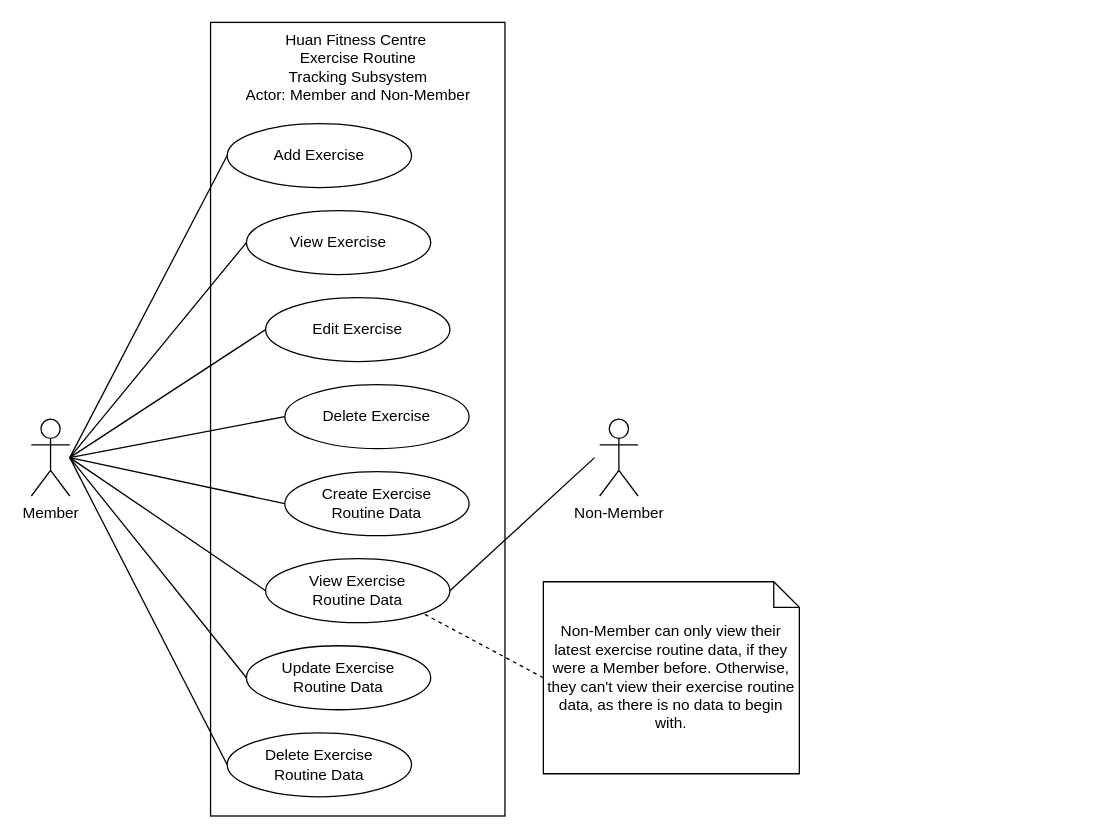
The draw.io diagram page "Exercise Routine Tracking" (6 of 8) of diagrams/Use Case Diagram.drawio in iZ86/DIT2153WD, before the edit. Source tidied: cells renumbered, new cells numbered last; positions are measured from the earlier drawing's top-left corner, leaving out a move shared by most shapes. Both pictures are drawn from the tidied source at 128%, with x=0, y=0 at pixel (31, 22).
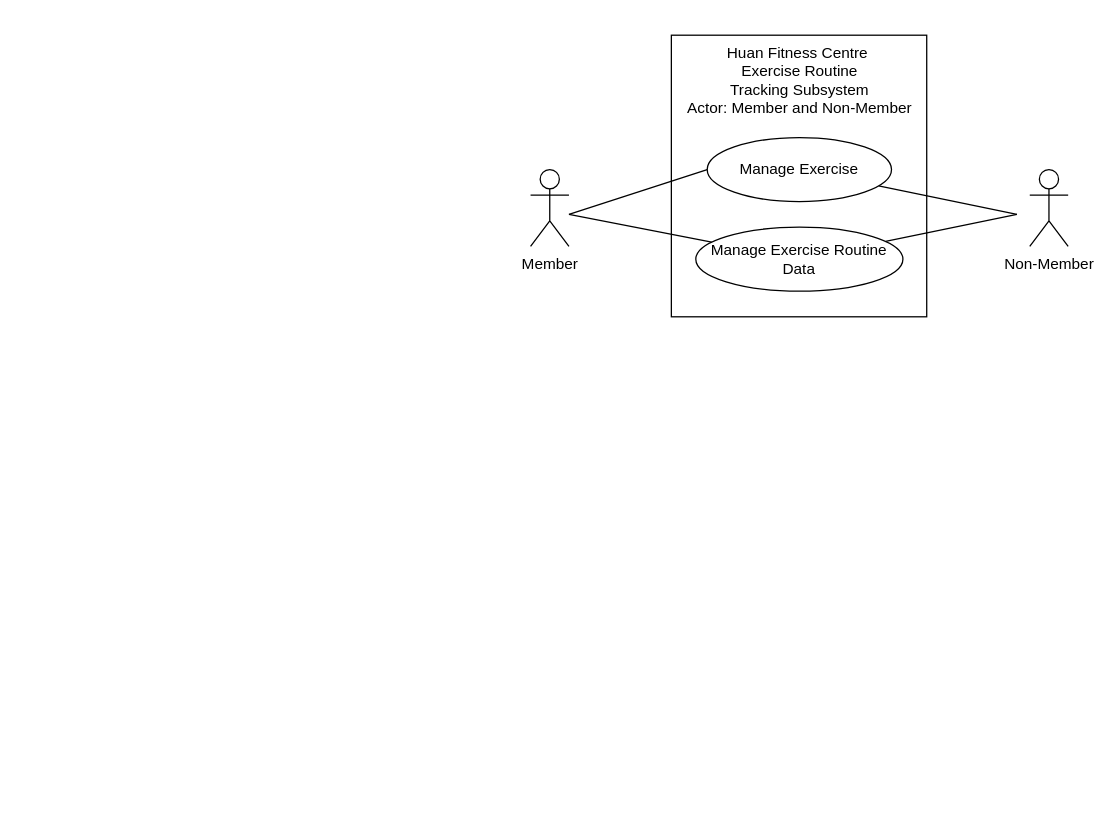
The same page after the edit.

Diff of the diagram source:
```diff
@@
-    <mxCell id="2" style="rounded=0;whiteSpace=wrap;html=1;" parent="1" vertex="1">
-      <mxGeometry x="140" width="230" height="620" as="geometry" />
-    </mxCell>
-    <mxCell id="3" value="View Exercise" style="ellipse;whiteSpace=wrap;html=1;" parent="1" vertex="1">
-      <mxGeometry x="168" y="147" width="144" height="50" as="geometry" />
-    </mxCell>
-    <mxCell id="4" value="&lt;div&gt;Create Exercise&lt;/div&gt;&lt;div&gt;Routine Data&lt;/div&gt;" style="ellipse;whiteSpace=wrap;html=1;" parent="1" vertex="1">
-      <mxGeometry x="198" y="351" width="144" height="50" as="geometry" />
-    </mxCell>
-    <mxCell id="5" value="&lt;div&gt;View Exercise&lt;br&gt;&lt;/div&gt;&lt;div&gt;Routine Data&lt;/div&gt;" style="ellipse;whiteSpace=wrap;html=1;" parent="1" vertex="1">
-      <mxGeometry x="183" y="419" width="144" height="50" as="geometry" />
-    </mxCell>
+    <mxCell id="25" style="rounded=0;whiteSpace=wrap;html=1;" parent="1" vertex="1">
+      <mxGeometry x="500" y="10" width="199.5" height="220" as="geometry" />
+    </mxCell>
-    <mxCell id="6" value="&lt;div&gt;Huan Fitness Centre&amp;nbsp;&lt;/div&gt;&lt;div&gt;Exercise Routine&lt;br&gt;&lt;/div&gt;&lt;div&gt;Tracking Subsystem&lt;/div&gt;&lt;div&gt;Actor: Member and Non-Member&lt;br&gt;&lt;/div&gt;" style="text;html=1;align=center;verticalAlign=middle;strokeColor=none;fillColor=none;" parent="1" vertex="1">
-      <mxGeometry x="155" width="200" height="70" as="geometry" />
+    <mxCell id="6" value="&lt;div&gt;&lt;div&gt;Huan Fitness Centre&amp;nbsp;&lt;/div&gt;&lt;div&gt;Exercise Routine&lt;br&gt;&lt;/div&gt;&lt;div&gt;Tracking Subsystem&lt;/div&gt;&lt;div&gt;Actor: Member and Non-Member&lt;/div&gt;&lt;/div&gt;" style="text;html=1;align=center;verticalAlign=middle;strokeColor=none;fillColor=none;" parent="1" vertex="1">
+      <mxGeometry x="500" y="10" width="200" height="70" as="geometry" />
     </mxCell>
-    <mxCell id="7" value="&lt;div&gt;Update Exercise&lt;/div&gt;&lt;div&gt;Routine Data&lt;/div&gt;" style="ellipse;whiteSpace=wrap;html=1;" parent="1" vertex="1">
-      <mxGeometry x="168" y="487" width="144" height="50" as="geometry" />
-    </mxCell>
-    <mxCell id="8" value="&lt;div&gt;Delete Exercise&lt;/div&gt;&lt;div&gt;Routine Data&lt;/div&gt;" style="ellipse;whiteSpace=wrap;html=1;" parent="1" vertex="1">
-      <mxGeometry x="153" y="555" width="144" height="50" as="geometry" />
-    </mxCell>
-    <mxCell id="9" style="rounded=0;jettySize=auto;html=1;entryX=0;entryY=0.5;entryDx=0;entryDy=0;endArrow=none;endFill=0;" parent="1" edge="1" target="22">
-      <mxGeometry relative="1" as="geometry">
-        <mxPoint x="30" y="340" as="sourcePoint" />
-      </mxGeometry>
-    </mxCell>
-    <mxCell id="10" style="rounded=0;jettySize=auto;html=1;entryX=0;entryY=0.5;entryDx=0;entryDy=0;endArrow=none;endFill=0;" parent="1" edge="1" target="3">
-      <mxGeometry relative="1" as="geometry">
-        <mxPoint x="30" y="340" as="sourcePoint" />
-      </mxGeometry>
-    </mxCell>
-    <mxCell id="11" style="rounded=0;jettySize=auto;html=1;entryX=0;entryY=0.5;entryDx=0;entryDy=0;endArrow=none;endFill=0;" parent="1" edge="1" target="23">
-      <mxGeometry relative="1" as="geometry">
-        <mxPoint x="30" y="340" as="sourcePoint" />
-      </mxGeometry>
-    </mxCell>
-    <mxCell id="12" style="rounded=0;jettySize=auto;html=1;entryX=0;entryY=0.5;entryDx=0;entryDy=0;endArrow=none;endFill=0;" parent="1" edge="1" target="24">
-      <mxGeometry relative="1" as="geometry">
-        <mxPoint x="30" y="340" as="sourcePoint" />
-      </mxGeometry>
-    </mxCell>
-    <mxCell id="13" style="rounded=0;jettySize=auto;html=1;entryX=0;entryY=0.5;entryDx=0;entryDy=0;endArrow=none;endFill=0;" parent="1" edge="1" target="4">
-      <mxGeometry relative="1" as="geometry">
-        <mxPoint x="30" y="340" as="sourcePoint" />
-      </mxGeometry>
-    </mxCell>
-    <mxCell id="14" style="rounded=0;jettySize=auto;html=1;entryX=0;entryY=0.5;entryDx=0;entryDy=0;endArrow=none;endFill=0;" parent="1" edge="1" target="5">
-      <mxGeometry relative="1" as="geometry">
-        <mxPoint x="30" y="340" as="sourcePoint" />
-      </mxGeometry>
-    </mxCell>
-    <mxCell id="15" style="rounded=0;jettySize=auto;html=1;entryX=0;entryY=0.5;entryDx=0;entryDy=0;endArrow=none;endFill=0;" parent="1" edge="1" target="7">
-      <mxGeometry relative="1" as="geometry">
-        <mxPoint x="30" y="340" as="sourcePoint" />
-      </mxGeometry>
-    </mxCell>
-    <mxCell id="16" style="rounded=0;jettySize=auto;html=1;entryX=0;entryY=0.5;entryDx=0;entryDy=0;endArrow=none;endFill=0;" parent="1" edge="1" target="8">
-      <mxGeometry relative="1" as="geometry">
-        <mxPoint x="30" y="340" as="sourcePoint" />
-      </mxGeometry>
-    </mxCell>
+    <mxCell id="19" value="Non-Member" style="shape=umlActor;verticalLabelPosition=bottom;verticalAlign=top;html=1;" parent="1" vertex="1">
+      <mxGeometry x="780" y="115" width="30" height="60" as="geometry" />
+    </mxCell>
+    <mxCell id="26" style="rounded=0;jettySize=auto;html=1;endArrow=none;endFill=0;" parent="1" edge="1" source="27">
+      <mxGeometry relative="1" as="geometry">
+        <mxPoint x="770" y="150" as="targetPoint" />
+      </mxGeometry>
+    </mxCell>
+    <mxCell id="27" value="&lt;div&gt;Manage Exercise&lt;/div&gt;" style="ellipse;whiteSpace=wrap;html=1;" parent="1" vertex="1">
+      <mxGeometry x="528" y="90" width="144" height="50" as="geometry" />
+    </mxCell>
+    <mxCell id="28" style="rounded=0;jettySize=auto;html=1;entryX=0;entryY=0.5;entryDx=0;entryDy=0;endArrow=none;endFill=0;" parent="1" edge="1" target="27">
+      <mxGeometry relative="1" as="geometry">
+        <mxPoint x="420" y="150" as="sourcePoint" />
+      </mxGeometry>
+    </mxCell>
     <mxCell id="17" value="Member" style="shape=umlActor;verticalLabelPosition=bottom;verticalAlign=top;html=1;" parent="1" vertex="1">
-      <mxGeometry y="310" width="30" height="60" as="geometry" />
+      <mxGeometry x="390" y="115" width="30" height="60" as="geometry" />
     </mxCell>
-    <mxCell id="18" style="rounded=0;jettySize=auto;html=1;entryX=1;entryY=0.5;entryDx=0;entryDy=0;endArrow=none;endFill=0;" parent="1" edge="1" target="5">
-      <mxGeometry relative="1" as="geometry">
-        <mxPoint x="440" y="340" as="sourcePoint" />
-      </mxGeometry>
-    </mxCell>
-    <mxCell id="19" value="Non-Member" style="shape=umlActor;verticalLabelPosition=bottom;verticalAlign=top;html=1;" parent="1" vertex="1">
-      <mxGeometry x="444" y="310" width="30" height="60" as="geometry" />
-    </mxCell>
-    <mxCell id="20" style="rounded=0;jettySize=auto;html=1;entryX=1;entryY=1;entryDx=0;entryDy=0;dashed=1;endArrow=none;endFill=0;exitX=0;exitY=0.5;exitDx=0;exitDy=0;exitPerimeter=0;" parent="1" edge="1" source="21" target="5">
-      <mxGeometry relative="1" as="geometry" />
-    </mxCell>
-    <mxCell id="21" value="Non-Member can only view their latest exercise routine data, if they were a Member before. Otherwise, they can't view their exercise routine data, as there is no data to begin with." style="shape=note;size=20;whiteSpace=wrap;html=1;" parent="1" vertex="1">
-      <mxGeometry x="400" y="437" width="200" height="150" as="geometry" />
-    </mxCell>
-    <mxCell id="22" value="Add Exercise" style="ellipse;whiteSpace=wrap;html=1;" parent="1" vertex="1">
-      <mxGeometry x="153" y="79" width="144" height="50" as="geometry" />
-    </mxCell>
-    <mxCell id="23" value="Edit Exercise" style="ellipse;whiteSpace=wrap;html=1;" parent="1" vertex="1">
-      <mxGeometry x="183" y="215" width="144" height="50" as="geometry" />
-    </mxCell>
-    <mxCell id="24" value="Delete Exercise" style="ellipse;whiteSpace=wrap;html=1;" parent="1" vertex="1">
-      <mxGeometry x="198" y="283" width="144" height="50" as="geometry" />
-    </mxCell>
+    <mxCell id="29" style="rounded=0;jettySize=auto;html=1;endArrow=none;endFill=0;" parent="1" edge="1" source="31">
+      <mxGeometry relative="1" as="geometry">
+        <mxPoint x="420" y="150" as="targetPoint" />
+      </mxGeometry>
+    </mxCell>
+    <mxCell id="30" style="rounded=0;jettySize=auto;html=1;endArrow=none;endFill=0;" parent="1" edge="1" source="31">
+      <mxGeometry relative="1" as="geometry">
+        <mxPoint x="770" y="150" as="targetPoint" />
+      </mxGeometry>
+    </mxCell>
+    <mxCell id="31" value="&lt;div&gt;Manage Exercise Routine Data&lt;/div&gt;" style="ellipse;whiteSpace=wrap;html=1;" parent="1" vertex="1">
+      <mxGeometry x="519.1" y="160" width="161.8" height="50" as="geometry" />
+    </mxCell>
```
